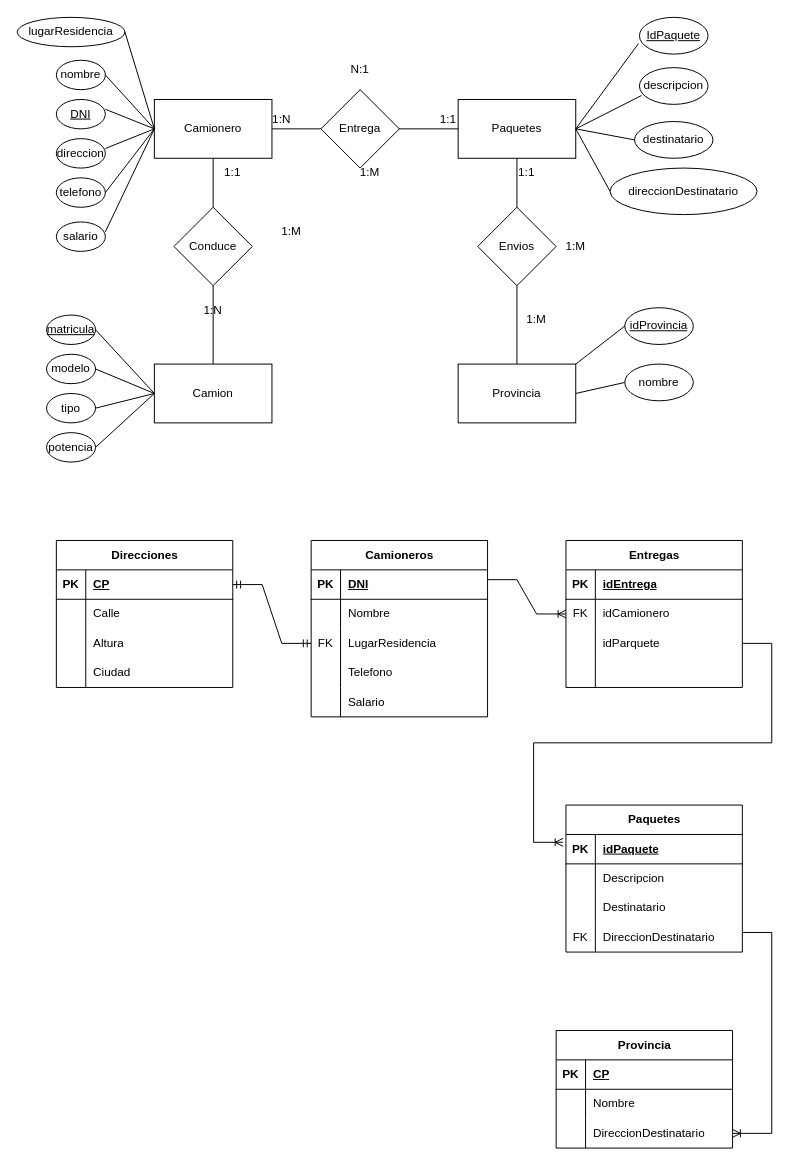
Before: Tarea_4_Alegre.drawio in Mati330/DB_Terciario, a draw.io diagram. Source tidied: cells renumbered, new cells numbered last; positions are measured from the earlier drawing's top-left corner, leaving out a move shared by most shapes. Both pictures are drawn from the tidied source at 98%, with x=0, y=0 at pixel (17, 17).
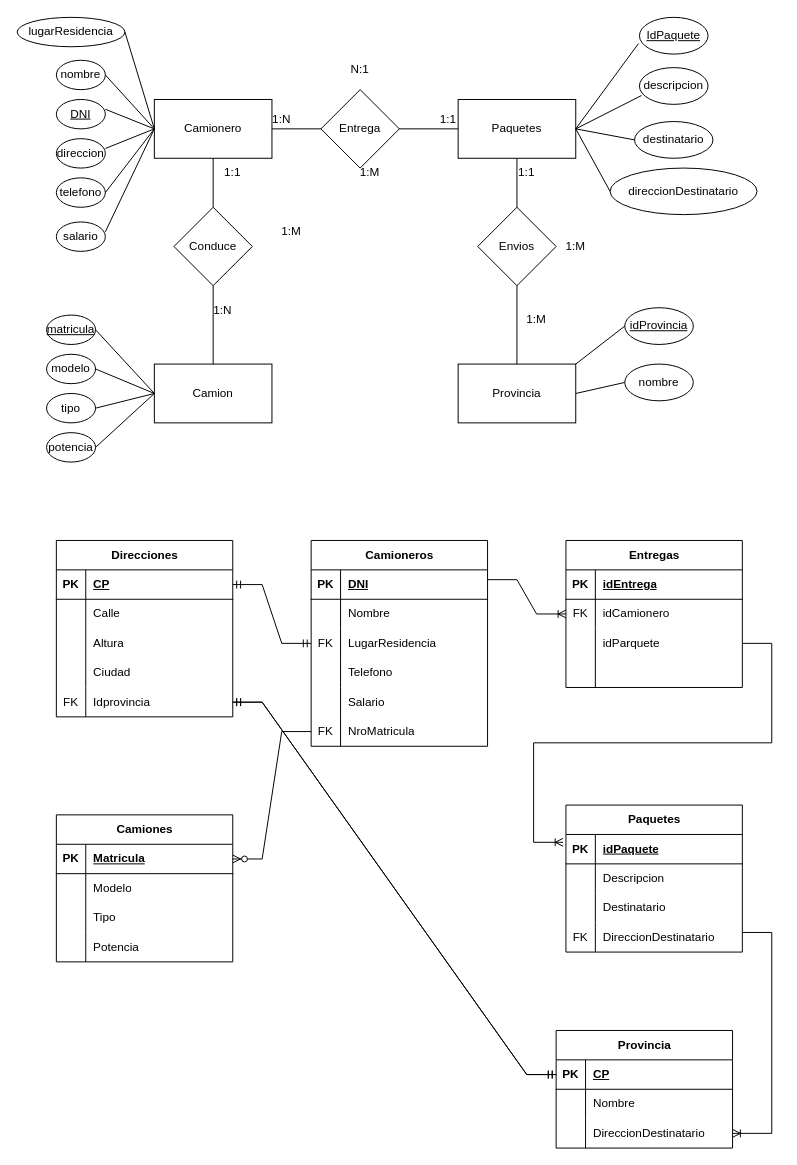
After the change.

Unchanged cells that the change refers to:
```xml
<mxCell id="115" style="shape=tableRow;horizontal=0;startSize=0;swimlaneHead=0;swimlaneBody=0;fillColor=none;points=[[0,0.5],[1,0.5]];portConstraint=eastwest;top=0;left=0;right=0;bottom=1;" parent="114" vertex="1">
  <mxGeometry y="30" width="180" height="30" as="geometry" />
</mxCell>
```

What changed in the source:
```diff
@@
     <mxCell id="44" value="1:N" style="text;html=1;align=center;verticalAlign=middle;whiteSpace=wrap;rounded=0;" parent="1" vertex="1">
-      <mxGeometry x="170" y="284" width="60" height="30" as="geometry" />
+      <mxGeometry x="180" y="284" width="60" height="30" as="geometry" />
     </mxCell>
@@
     <mxCell id="56" value="Direcciones" style="shape=table;startSize=30;childLayout=tableLayout;rowLines=0;fontStyle=1;align=center;html=1;" parent="1" vertex="1">
-      <mxGeometry x="40" y="534" width="180" height="150" as="geometry" />
+      <mxGeometry x="40" y="534" width="180" height="180" as="geometry" />
     </mxCell>
@@
+    <mxCell id="126" style="shape=tableRow;horizontal=0;startSize=0;swimlaneHead=0;swimlaneBody=0;fillColor=none;points=[[0,0.5],[1,0.5]];portConstraint=eastwest;top=0;left=0;right=0;bottom=0;" parent="56" vertex="1">
+      <mxGeometry y="150" width="180" height="30" as="geometry" />
+    </mxCell>
+    <mxCell id="127" value="FK" style="shape=partialRectangle;fillColor=none;top=0;left=0;bottom=0;right=0;overflow=hidden;whiteSpace=wrap;html=1;" parent="126" vertex="1">
+      <mxGeometry width="30" height="30" as="geometry" />
+    </mxCell>
+    <mxCell id="128" value="Idprovincia" style="shape=partialRectangle;fillColor=none;top=0;left=0;bottom=0;right=0;align=left;spacingLeft=6;overflow=hidden;whiteSpace=wrap;html=1;" parent="126" vertex="1">
+      <mxGeometry x="30" width="150" height="30" as="geometry" />
+    </mxCell>
@@
     <mxCell id="70" value="Camioneros" style="shape=table;startSize=30;childLayout=tableLayout;rowLines=0;fontStyle=1;align=center;html=1;" parent="1" vertex="1">
-      <mxGeometry x="300" y="534" width="180" height="180" as="geometry" />
+      <mxGeometry x="300" y="534" width="180" height="210" as="geometry" />
     </mxCell>
@@
+    <mxCell id="129" style="shape=tableRow;horizontal=0;startSize=0;swimlaneHead=0;swimlaneBody=0;fillColor=none;points=[[0,0.5],[1,0.5]];portConstraint=eastwest;top=0;left=0;right=0;bottom=0;" parent="70" vertex="1">
+      <mxGeometry y="180" width="180" height="30" as="geometry" />
+    </mxCell>
+    <mxCell id="130" value="FK" style="shape=partialRectangle;fillColor=none;top=0;left=0;bottom=0;right=0;overflow=hidden;whiteSpace=wrap;html=1;" parent="129" vertex="1">
+      <mxGeometry width="30" height="30" as="geometry" />
+    </mxCell>
+    <mxCell id="131" value="NroMatricula" style="shape=partialRectangle;fillColor=none;top=0;left=0;bottom=0;right=0;align=left;spacingLeft=6;overflow=hidden;whiteSpace=wrap;html=1;" parent="129" vertex="1">
+      <mxGeometry x="30" width="150" height="30" as="geometry" />
+    </mxCell>
@@
+    <mxCell id="132" style="edgeStyle=entityRelationEdgeStyle;fontSize=12;html=1;endArrow=ERmandOne;startArrow=ERmandOne;rounded=0;entryX=0;entryY=0.5;entryDx=0;entryDy=0;" parent="1" edge="1" source="126" target="115">
+      <mxGeometry relative="1" as="geometry">
+        <Array as="points">
+          <mxPoint x="130" y="784" />
+          <mxPoint x="270" y="984" />
+          <mxPoint x="240" y="754" />
+          <mxPoint x="20" y="1044" />
+        </Array>
+      </mxGeometry>
+    </mxCell>
+    <mxCell id="133" value="Camiones" style="shape=table;startSize=30;childLayout=tableLayout;rowLines=0;fontStyle=1;align=center;html=1;" parent="1" vertex="1">
+      <mxGeometry x="40" y="814" width="180" height="150" as="geometry" />
+    </mxCell>
+    <mxCell id="134" style="shape=tableRow;horizontal=0;startSize=0;swimlaneHead=0;swimlaneBody=0;fillColor=none;points=[[0,0.5],[1,0.5]];portConstraint=eastwest;top=0;left=0;right=0;bottom=1;" parent="133" vertex="1">
+      <mxGeometry y="30" width="180" height="30" as="geometry" />
+    </mxCell>
+    <mxCell id="135" value="PK" style="shape=partialRectangle;fillColor=none;top=0;left=0;bottom=0;right=0;fontStyle=1;overflow=hidden;whiteSpace=wrap;html=1;" parent="134" vertex="1">
+      <mxGeometry width="30" height="30" as="geometry" />
+    </mxCell>
+    <mxCell id="136" value="Matricula" style="shape=partialRectangle;fillColor=none;top=0;left=0;bottom=0;right=0;align=left;spacingLeft=6;fontStyle=5;overflow=hidden;whiteSpace=wrap;html=1;" parent="134" vertex="1">
+      <mxGeometry x="30" width="150" height="30" as="geometry" />
+    </mxCell>
+    <mxCell id="137" style="shape=tableRow;horizontal=0;startSize=0;swimlaneHead=0;swimlaneBody=0;fillColor=none;top=0;left=0;right=0;bottom=0;" parent="133" vertex="1">
+      <mxGeometry y="60" width="180" height="30" as="geometry" />
+    </mxCell>
+    <mxCell id="138" style="shape=partialRectangle;fillColor=none;top=0;left=0;bottom=0;right=0;overflow=hidden;whiteSpace=wrap;html=1;" parent="137" vertex="1">
+      <mxGeometry width="30" height="30" as="geometry" />
+    </mxCell>
+    <mxCell id="139" value="Modelo" style="shape=partialRectangle;fillColor=none;top=0;left=0;bottom=0;right=0;align=left;spacingLeft=6;overflow=hidden;whiteSpace=wrap;html=1;" parent="137" vertex="1">
+      <mxGeometry x="30" width="150" height="30" as="geometry" />
+    </mxCell>
+    <mxCell id="140" style="shape=tableRow;horizontal=0;startSize=0;swimlaneHead=0;swimlaneBody=0;fillColor=none;top=0;left=0;right=0;bottom=0;" parent="133" vertex="1">
+      <mxGeometry y="90" width="180" height="30" as="geometry" />
+    </mxCell>
+    <mxCell id="141" style="shape=partialRectangle;fillColor=none;top=0;left=0;bottom=0;right=0;overflow=hidden;whiteSpace=wrap;html=1;" parent="140" vertex="1">
+      <mxGeometry width="30" height="30" as="geometry" />
+    </mxCell>
+    <mxCell id="142" value="Tipo" style="shape=partialRectangle;fillColor=none;top=0;left=0;bottom=0;right=0;align=left;spacingLeft=6;overflow=hidden;whiteSpace=wrap;html=1;" parent="140" vertex="1">
+      <mxGeometry x="30" width="150" height="30" as="geometry" />
+    </mxCell>
+    <mxCell id="143" style="shape=tableRow;horizontal=0;startSize=0;swimlaneHead=0;swimlaneBody=0;fillColor=none;top=0;left=0;right=0;bottom=0;" parent="133" vertex="1">
+      <mxGeometry y="120" width="180" height="30" as="geometry" />
+    </mxCell>
+    <mxCell id="144" style="shape=partialRectangle;fillColor=none;top=0;left=0;bottom=0;right=0;overflow=hidden;whiteSpace=wrap;html=1;" parent="143" vertex="1">
+      <mxGeometry width="30" height="30" as="geometry" />
+    </mxCell>
+    <mxCell id="145" value="Potencia" style="shape=partialRectangle;fillColor=none;top=0;left=0;bottom=0;right=0;align=left;spacingLeft=6;overflow=hidden;whiteSpace=wrap;html=1;" parent="143" vertex="1">
+      <mxGeometry x="30" width="150" height="30" as="geometry" />
+    </mxCell>
+    <mxCell id="146" style="edgeStyle=entityRelationEdgeStyle;fontSize=12;html=1;endArrow=ERzeroToMany;endFill=1;rounded=0;exitX=0;exitY=0.5;exitDx=0;exitDy=0;entryX=1;entryY=0.5;entryDx=0;entryDy=0;" parent="1" edge="1" source="129" target="134">
+      <mxGeometry relative="1" as="geometry" />
+    </mxCell>
+    <mxCell id="147" style="edgeStyle=entityRelationEdgeStyle;fontSize=12;html=1;endArrow=ERmandOne;startArrow=ERmandOne;rounded=0;entryX=0;entryY=0.5;entryDx=0;entryDy=0;" parent="1" edge="1" source="126" target="115">
+      <mxGeometry relative="1" as="geometry">
+        <Array as="points">
+          <mxPoint x="130" y="784" />
+          <mxPoint x="210" y="1034" />
+          <mxPoint x="330" y="964" />
+          <mxPoint x="330" y="954" />
+          <mxPoint x="360" y="934" />
+          <mxPoint x="340" y="934" />
+          <mxPoint x="490" y="1114" />
+          <mxPoint x="350" y="934" />
+          <mxPoint x="270" y="984" />
+          <mxPoint x="240" y="754" />
+          <mxPoint x="20" y="1044" />
+        </Array>
+      </mxGeometry>
+    </mxCell>
```
